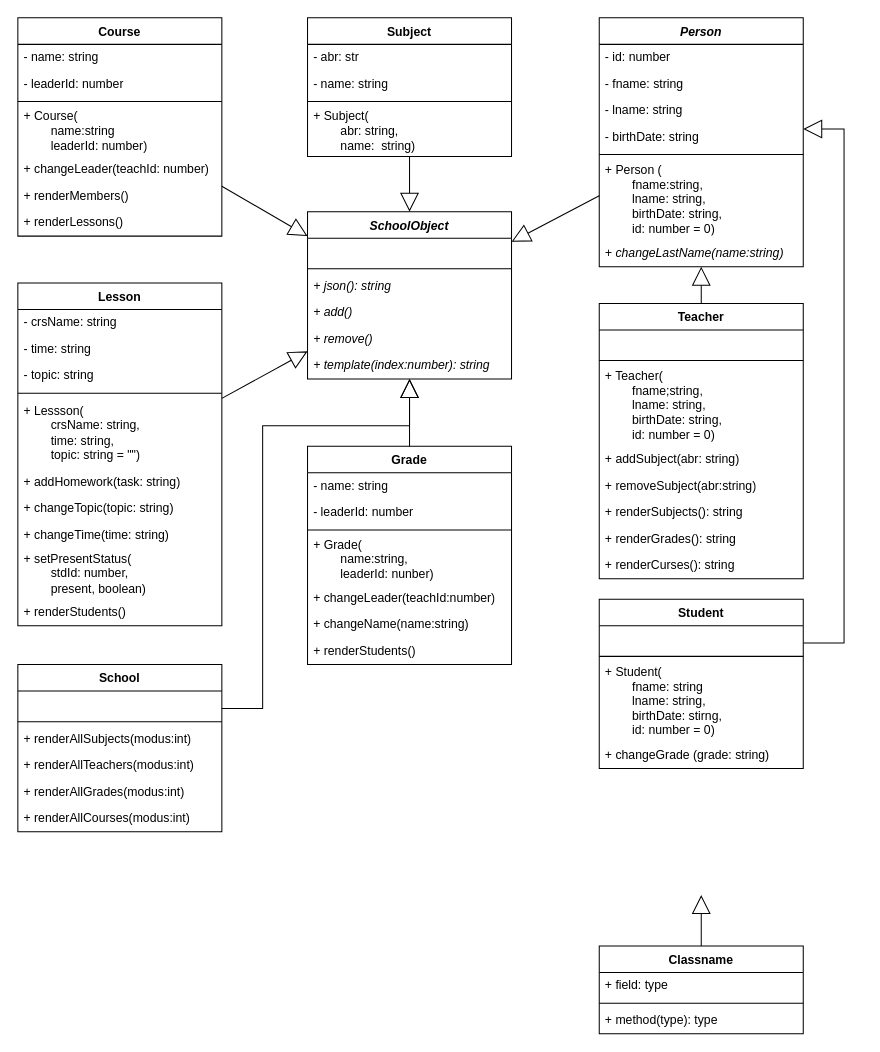
This is drafts/frontend.drawio from elma1989/teach, a draw.io file, before an edit. Source tidied: cells renumbered, new cells numbered last; positions are measured from the earlier drawing's top-left corner, leaving out a move shared by most shapes. Both pictures are drawn from the tidied source at 102%, with x=0, y=0 at pixel (17, 17).
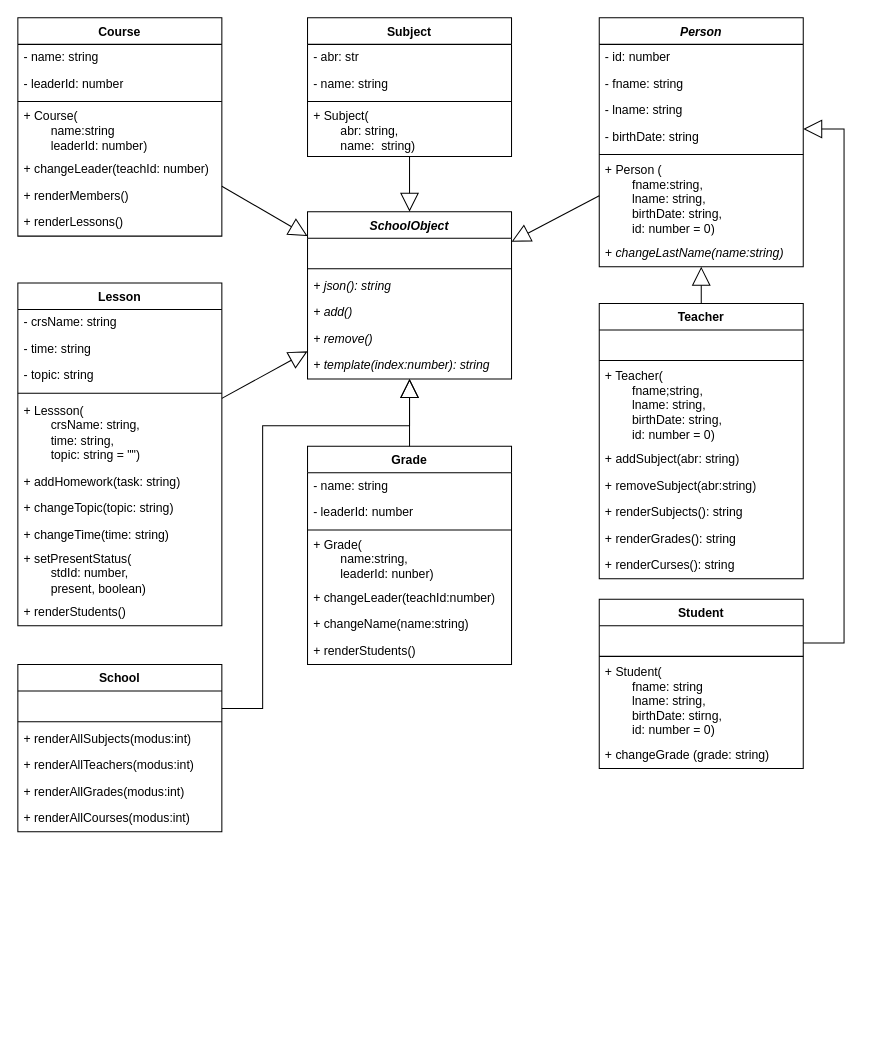
The same page after the edit.

The edit, as a diff of the source:
```diff
@@
-    <mxCell id="2" value="Classname" style="swimlane;fontStyle=1;align=center;verticalAlign=top;horizontal=1;startSize=26;whiteSpace=wrap;html=1;" parent="1" vertex="1">
-      <mxGeometry x="570" y="910" width="200" height="86" as="geometry" />
-    </mxCell>
-    <mxCell id="3" value="+ field: type" style="text;strokeColor=none;fillColor=none;align=left;verticalAlign=middle;spacingLeft=4;spacingRight=4;overflow=hidden;whiteSpace=wrap;html=1;" parent="2" vertex="1">
-      <mxGeometry y="26" width="200" height="26" as="geometry" />
-    </mxCell>
-    <mxCell id="4" style="line;strokeWidth=1;fillColor=none;align=left;verticalAlign=middle;spacingTop=-1;spacingLeft=3;spacingRight=3;labelPosition=right;strokeColor=inherit;" parent="2" vertex="1">
-      <mxGeometry y="52" width="200" height="8" as="geometry" />
-    </mxCell>
-    <mxCell id="5" value="+ method(type): type" style="text;strokeColor=none;fillColor=none;align=left;verticalAlign=middle;spacingLeft=4;spacingRight=4;overflow=hidden;whiteSpace=wrap;html=1;" parent="2" vertex="1">
-      <mxGeometry y="60" width="200" height="26" as="geometry" />
-    </mxCell>
-    <mxCell id="6" style="endArrow=block;endSize=16;endFill=0;html=1;rounded=0;" parent="1" edge="1" source="2">
-      <mxGeometry relative="1" as="geometry">
-        <mxPoint x="670" y="860" as="targetPoint" />
-      </mxGeometry>
-    </mxCell>
```
